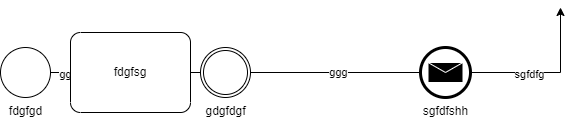
Before: Untitled Diagram.drawio.png, a diagram exported from draw.io (dkorolev13/scraping). Source tidied: cells renumbered, new cells last; positions are measured from the earlier drawing's top-left corner, leaving out a move shared by most shapes. Source of this version:
```xml
<mxGraphModel>
  <root>
    <mxCell id="0" />
    <mxCell id="1" parent="0" />
    <mxCell id="2" value="ggg" style="edgeStyle=orthogonalEdgeStyle;rounded=0;jettySize=auto;html=1;" parent="1" edge="1" source="5">
      <mxGeometry relative="1" as="geometry">
        <mxPoint x="560" as="targetPoint" />
      </mxGeometry>
    </mxCell>
    <mxCell id="3" value="sgfdfg" style="edgeLabel;html=1;align=center;verticalAlign=middle;" parent="2" vertex="1">
      <mxGeometry x="0.66" y="-1" relative="1" as="geometry" />
    </mxCell>
    <mxCell id="4" value="gg" style="edgeLabel;html=1;align=center;verticalAlign=middle;" parent="2" vertex="1">
      <mxGeometry x="-0.95" y="-1" relative="1" as="geometry" />
    </mxCell>
    <mxCell id="5" value="fdgfgd" style="points=[[0.145,0.145,0],[0.5,0,0],[0.855,0.145,0],[1,0.5,0],[0.855,0.855,0],[0.5,1,0],[0.145,0.855,0],[0,0.5,0]];shape=mxgraph.bpmn.event;html=1;verticalLabelPosition=bottom;labelBackgroundColor=#ffffff;verticalAlign=top;align=center;perimeter=ellipsePerimeter;outlineConnect=0;outline=standard;symbol=general;" parent="1" vertex="1">
      <mxGeometry y="40" width="50" height="50" as="geometry" />
    </mxCell>
    <mxCell id="6" value="gdgfdgf" style="shape=mxgraph.bpmn.event;html=1;verticalLabelPosition=bottom;labelBackgroundColor=#ffffff;verticalAlign=top;align=center;perimeter=ellipsePerimeter;outline=throwing;symbol=general;" parent="1" vertex="1">
      <mxGeometry x="200" y="40" width="50" height="50" as="geometry" />
    </mxCell>
    <mxCell id="7" value="sgfdfshh" style="shape=mxgraph.bpmn.event;html=1;verticalLabelPosition=bottom;labelBackgroundColor=#ffffff;verticalAlign=top;align=center;perimeter=ellipsePerimeter;outline=end;symbol=message;" parent="1" vertex="1">
      <mxGeometry x="420" y="40" width="50" height="50" as="geometry" />
    </mxCell>
    <mxCell id="8" value="fdgfsg" style="shape=mxgraph.bpmn.task;whiteSpace=wrap;rectStyle=rounded;size=10;html=1;taskMarker=abstract;" parent="1" vertex="1">
      <mxGeometry x="70" y="25" width="120" height="80" as="geometry" />
    </mxCell>
  </root>
</mxGraphModel>
```
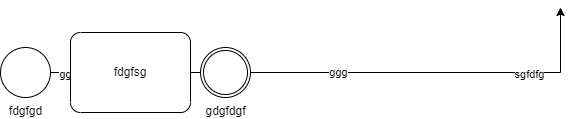
After the commit.

Change to the diagram source:
```diff
@@ -19,9 +19,6 @@
     <mxCell id="6" value="gdgfdgf" style="shape=mxgraph.bpmn.event;html=1;verticalLabelPosition=bottom;labelBackgroundColor=#ffffff;verticalAlign=top;align=center;perimeter=ellipsePerimeter;outline=throwing;symbol=general;" parent="1" vertex="1">
       <mxGeometry x="200" y="40" width="50" height="50" as="geometry" />
     </mxCell>
-    <mxCell id="7" value="sgfdfshh" style="shape=mxgraph.bpmn.event;html=1;verticalLabelPosition=bottom;labelBackgroundColor=#ffffff;verticalAlign=top;align=center;perimeter=ellipsePerimeter;outline=end;symbol=message;" parent="1" vertex="1">
-      <mxGeometry x="420" y="40" width="50" height="50" as="geometry" />
-    </mxCell>
     <mxCell id="8" value="fdgfsg" style="shape=mxgraph.bpmn.task;whiteSpace=wrap;rectStyle=rounded;size=10;html=1;taskMarker=abstract;" parent="1" vertex="1">
       <mxGeometry x="70" y="25" width="120" height="80" as="geometry" />
     </mxCell>
```
